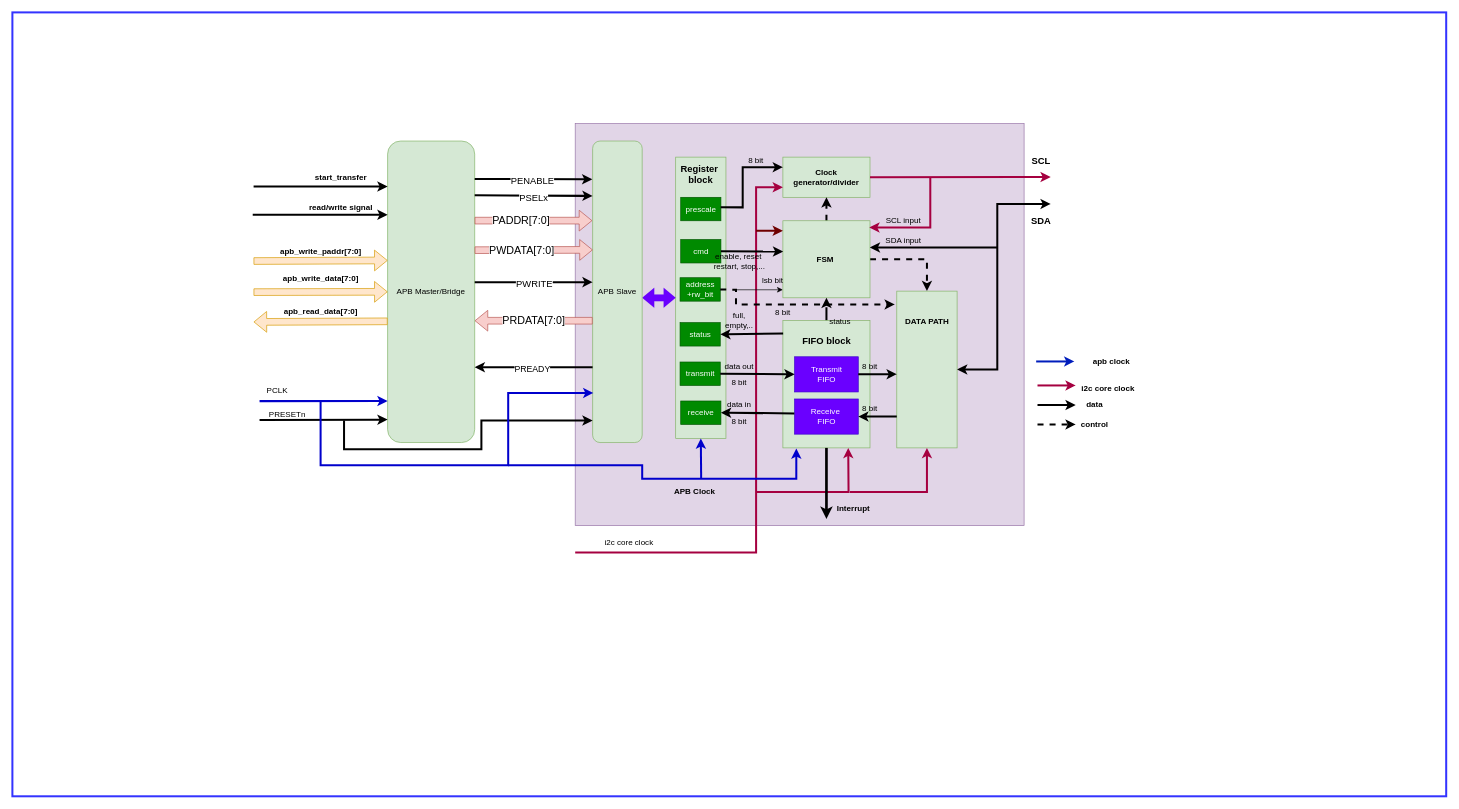
quyenpro123/i2c_master_slave keeps this draw.io diagram as i2c spec/master block diagram.drawio. Above is the earlier version. Source tidied: cells renumbered, new cells numbered last; positions are measured from the earlier drawing's top-left corner, leaving out a move shared by most shapes. Both pictures are drawn from the tidied source at 67%, with x=0, y=0 at pixel (12, 12).
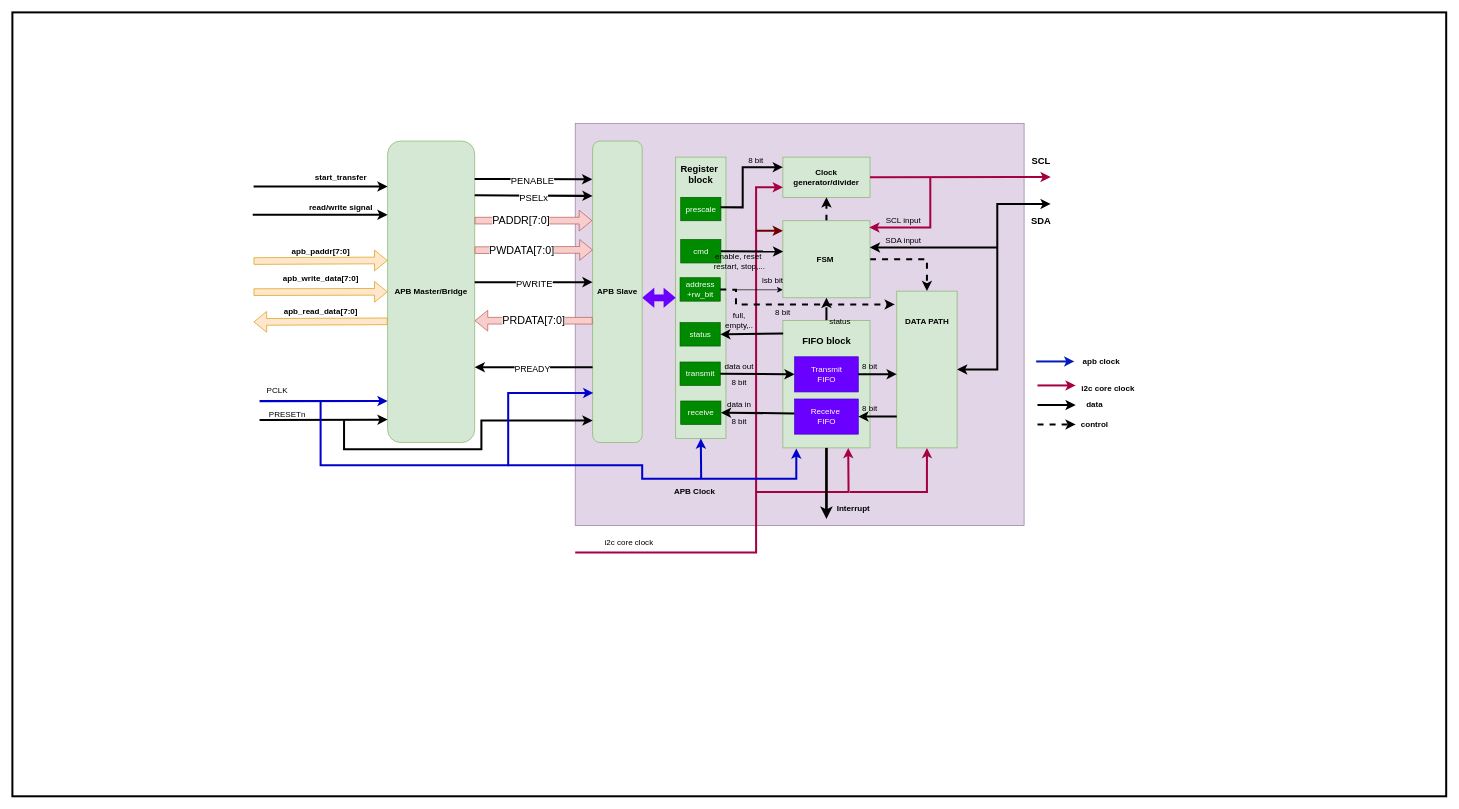
After the change.

The edit, as a diff of the source:
```diff
@@
-    <mxCell id="2" style="rounded=0;whiteSpace=wrap;html=1;strokeWidth=3;strokeColor=#3333FF;" parent="1" vertex="1">
+    <mxCell id="2" style="rounded=0;whiteSpace=wrap;html=1;strokeWidth=3;strokeColor=default;fillColor=default;" parent="1" vertex="1">
       <mxGeometry width="2140" height="1170" as="geometry" />
     </mxCell>
@@
     <mxCell id="61" value="&lt;b&gt;apb clock&lt;/b&gt;" style="text;html=1;align=center;verticalAlign=middle;strokeColor=none;fillColor=none;" parent="1" vertex="1">
-      <mxGeometry x="1600" y="506.5" width="80" height="30" as="geometry" />
+      <mxGeometry x="1585" y="506.5" width="80" height="30" as="geometry" />
     </mxCell>
@@
-    <mxCell id="69" value="APB Master/Bridge" style="rounded=1;whiteSpace=wrap;html=1;fillColor=#d5e8d4;strokeColor=#82b366;" parent="1" vertex="1">
+    <mxCell id="69" value="&lt;b&gt;APB Master/Bridge&lt;/b&gt;" style="rounded=1;whiteSpace=wrap;html=1;fillColor=#d5e8d4;strokeColor=#82b366;" parent="1" vertex="1">
       <mxGeometry x="560" y="192" width="130" height="450" as="geometry" />
     </mxCell>
-    <mxCell id="70" value="APB Slave" style="rounded=1;whiteSpace=wrap;html=1;fillColor=#d5e8d4;strokeColor=#82b366;" parent="1" vertex="1">
+    <mxCell id="70" value="&lt;b&gt;APB Slave&lt;/b&gt;" style="rounded=1;whiteSpace=wrap;html=1;fillColor=#d5e8d4;strokeColor=#82b366;" parent="1" vertex="1">
       <mxGeometry x="866" y="192" width="74" height="450" as="geometry" />
     </mxCell>
@@
-    <mxCell id="94" value="&lt;b&gt;apb_write_paddr[7:0]&lt;/b&gt;" style="text;html=1;align=center;verticalAlign=middle;strokeColor=none;fillColor=none;" parent="1" vertex="1">
-      <mxGeometry x="390" y="342" width="140" height="30" as="geometry" />
+    <mxCell id="94" value="&lt;b&gt;apb_paddr[7:0]&lt;/b&gt;" style="text;html=1;align=center;verticalAlign=middle;strokeColor=none;fillColor=none;" parent="1" vertex="1">
+      <mxGeometry x="405" y="342" width="110" height="30" as="geometry" />
     </mxCell>
```
